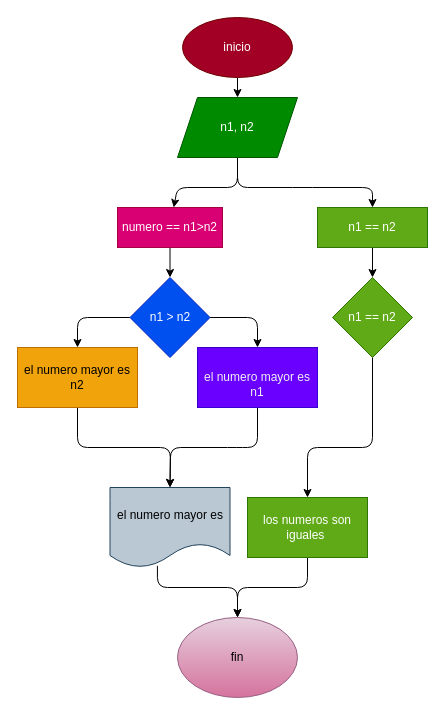
jhonalexander1606/numero-mayor-y-numero-menor keeps this draw.io diagram as diagrama.drawio. Above is the earlier version. Source tidied: cells renumbered, new cells numbered last; positions are measured from the earlier drawing's top-left corner, leaving out a move shared by most shapes. Both pictures are drawn from the tidied source at 100%, with x=0, y=0 at pixel (17, 17).
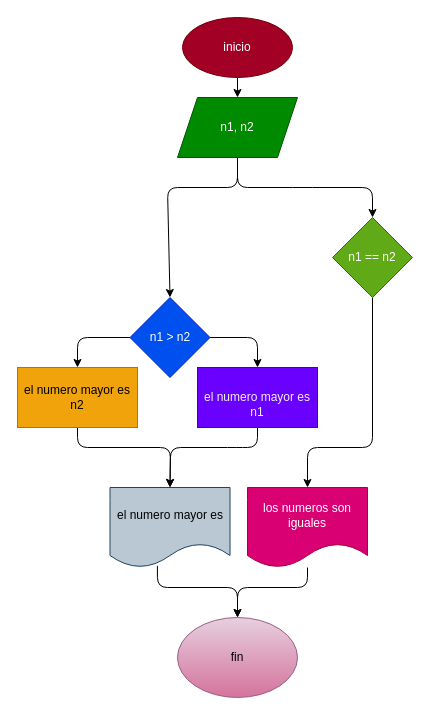
After the change.

Commit message (it also covers changes not shown here):
se egresso el codigo

The change refers to these unchanged cells:
```xml
<mxCell id="6" value="n1, n2" style="shape=parallelogram;perimeter=parallelogramPerimeter;whiteSpace=wrap;html=1;fixedSize=1;fillColor=#008a00;fontColor=#ffffff;strokeColor=#005700;" parent="1" vertex="1">
  <mxGeometry x="160" y="80" width="120" height="60" as="geometry" />
</mxCell>
<mxCell id="16" value="fin" style="ellipse;whiteSpace=wrap;html=1;fillColor=#e6d0de;strokeColor=#996185;gradientColor=#d5739d;" parent="1" vertex="1">
  <mxGeometry x="160" y="600" width="120" height="80" as="geometry" />
</mxCell>
```

What changed in the source:
```diff
@@
-    <mxCell id="4" style="edgeStyle=none;html=1;exitX=0.5;exitY=1;exitDx=0;exitDy=0;" parent="1" edge="1" source="6" target="18">
+    <mxCell id="4" style="edgeStyle=none;html=1;exitX=0.5;exitY=1;exitDx=0;exitDy=0;entryX=0.5;entryY=0;entryDx=0;entryDy=0;" parent="1" edge="1" source="6" target="9">
       <mxGeometry relative="1" as="geometry">
         <Array as="points">
           <mxPoint x="220" y="170" />
-          <mxPoint x="160" y="170" />
+          <mxPoint x="150" y="170" />
         </Array>
       </mxGeometry>
     </mxCell>
-    <mxCell id="5" style="edgeStyle=none;html=1;entryX=0.5;entryY=0;entryDx=0;entryDy=0;" parent="1" edge="1" source="6" target="20">
+    <mxCell id="5" style="edgeStyle=none;html=1;entryX=0.5;entryY=0;entryDx=0;entryDy=0;" parent="1" edge="1" source="6" target="22">
       <mxGeometry relative="1" as="geometry">
         <Array as="points">
           <mxPoint x="220" y="170" />
           <mxPoint x="285" y="170" />
           <mxPoint x="355" y="170" />
         </Array>
       </mxGeometry>
     </mxCell>
@@
     <mxCell id="7" style="edgeStyle=none;html=1;entryX=0.5;entryY=0;entryDx=0;entryDy=0;" parent="1" edge="1" source="9" target="11">
       <mxGeometry relative="1" as="geometry">
         <Array as="points">
-          <mxPoint x="60" y="300" />
+          <mxPoint x="60" y="320" />
         </Array>
       </mxGeometry>
     </mxCell>
     <mxCell id="8" style="edgeStyle=none;html=1;entryX=0.5;entryY=0;entryDx=0;entryDy=0;" parent="1" edge="1" source="9" target="13">
       <mxGeometry relative="1" as="geometry">
         <Array as="points">
-          <mxPoint x="240" y="300" />
+          <mxPoint x="240" y="320" />
         </Array>
       </mxGeometry>
     </mxCell>
     <mxCell id="9" value="n1 &amp;gt; n2" style="rhombus;whiteSpace=wrap;html=1;fillColor=#0050ef;fontColor=#ffffff;strokeColor=#001DBC;" parent="1" vertex="1">
-      <mxGeometry x="112.5" y="260" width="80" height="80" as="geometry" />
+      <mxGeometry x="112.5" y="280" width="80" height="80" as="geometry" />
     </mxCell>
@@
     <mxCell id="11" value="el numero mayor es n2" style="rounded=0;whiteSpace=wrap;html=1;fillColor=#f0a30a;fontColor=#000000;strokeColor=#BD7000;" parent="1" vertex="1">
-      <mxGeometry y="330" width="120" height="60" as="geometry" />
+      <mxGeometry y="350" width="120" height="60" as="geometry" />
     </mxCell>
@@
     <mxCell id="13" value="&lt;br&gt;&lt;font color=&quot;#f0f0f0&quot;&gt;el numero mayor es n1&lt;/font&gt;" style="rounded=0;whiteSpace=wrap;html=1;fillColor=#6a00ff;fontColor=#ffffff;strokeColor=#3700CC;" parent="1" vertex="1">
-      <mxGeometry x="180" y="330" width="120" height="60" as="geometry" />
+      <mxGeometry x="180" y="350" width="120" height="60" as="geometry" />
     </mxCell>
@@
-    <mxCell id="17" style="edgeStyle=none;html=1;" parent="1" edge="1" source="18" target="9">
-      <mxGeometry relative="1" as="geometry" />
-    </mxCell>
-    <mxCell id="18" value="numero == n1&amp;gt;n2" style="rounded=0;whiteSpace=wrap;html=1;fillColor=#d80073;fontColor=#ffffff;strokeColor=#A50040;" parent="1" vertex="1">
-      <mxGeometry x="100" y="190" width="105" height="40" as="geometry" />
-    </mxCell>
-    <mxCell id="19" style="edgeStyle=none;html=1;" parent="1" edge="1" source="20" target="22">
-      <mxGeometry relative="1" as="geometry" />
-    </mxCell>
-    <mxCell id="20" value="n1 == n2" style="rounded=0;whiteSpace=wrap;html=1;fillColor=#60a917;fontColor=#ffffff;strokeColor=#2D7600;" parent="1" vertex="1">
-      <mxGeometry x="300" y="190" width="110" height="40" as="geometry" />
-    </mxCell>
-    <mxCell id="21" style="edgeStyle=none;html=1;" parent="1" edge="1" source="22" target="24">
+    <mxCell id="21" style="edgeStyle=none;html=1;entryX=0.5;entryY=0;entryDx=0;entryDy=0;" parent="1" edge="1" source="22" target="24">
       <mxGeometry relative="1" as="geometry">
         <Array as="points">
           <mxPoint x="355" y="430" />
           <mxPoint x="290" y="430" />
         </Array>
       </mxGeometry>
     </mxCell>
     <mxCell id="22" value="n1 == n2" style="rhombus;whiteSpace=wrap;html=1;fillColor=#60a917;strokeColor=#2D7600;fontColor=#ffffff;rounded=0;" parent="1" vertex="1">
-      <mxGeometry x="315" y="260" width="80" height="80" as="geometry" />
+      <mxGeometry x="315" y="200" width="80" height="80" as="geometry" />
     </mxCell>
-    <mxCell id="23" style="edgeStyle=none;html=1;entryX=0.5;entryY=0;entryDx=0;entryDy=0;exitX=0.5;exitY=1;exitDx=0;exitDy=0;" parent="1" edge="1" source="24" target="16">
+    <mxCell id="23" style="edgeStyle=none;html=1;entryX=0.5;entryY=0;entryDx=0;entryDy=0;" parent="1" edge="1" source="24" target="16">
       <mxGeometry relative="1" as="geometry">
         <Array as="points">
           <mxPoint x="290" y="570" />
           <mxPoint x="220" y="570" />
         </Array>
       </mxGeometry>
     </mxCell>
-    <mxCell id="24" value="los numeros son iguales&amp;nbsp;" style="whiteSpace=wrap;html=1;fillColor=#60a917;strokeColor=#2D7600;fontColor=#ffffff;rounded=0;" parent="1" vertex="1">
-      <mxGeometry x="230" y="480" width="120" height="60" as="geometry" />
+    <mxCell id="24" value="los numeros son iguales" style="shape=document;whiteSpace=wrap;html=1;boundedLbl=1;fillColor=#d80073;fontColor=#ffffff;strokeColor=#A50040;" parent="1" vertex="1">
+      <mxGeometry x="230" y="470" width="120" height="80" as="geometry" />
     </mxCell>
```
